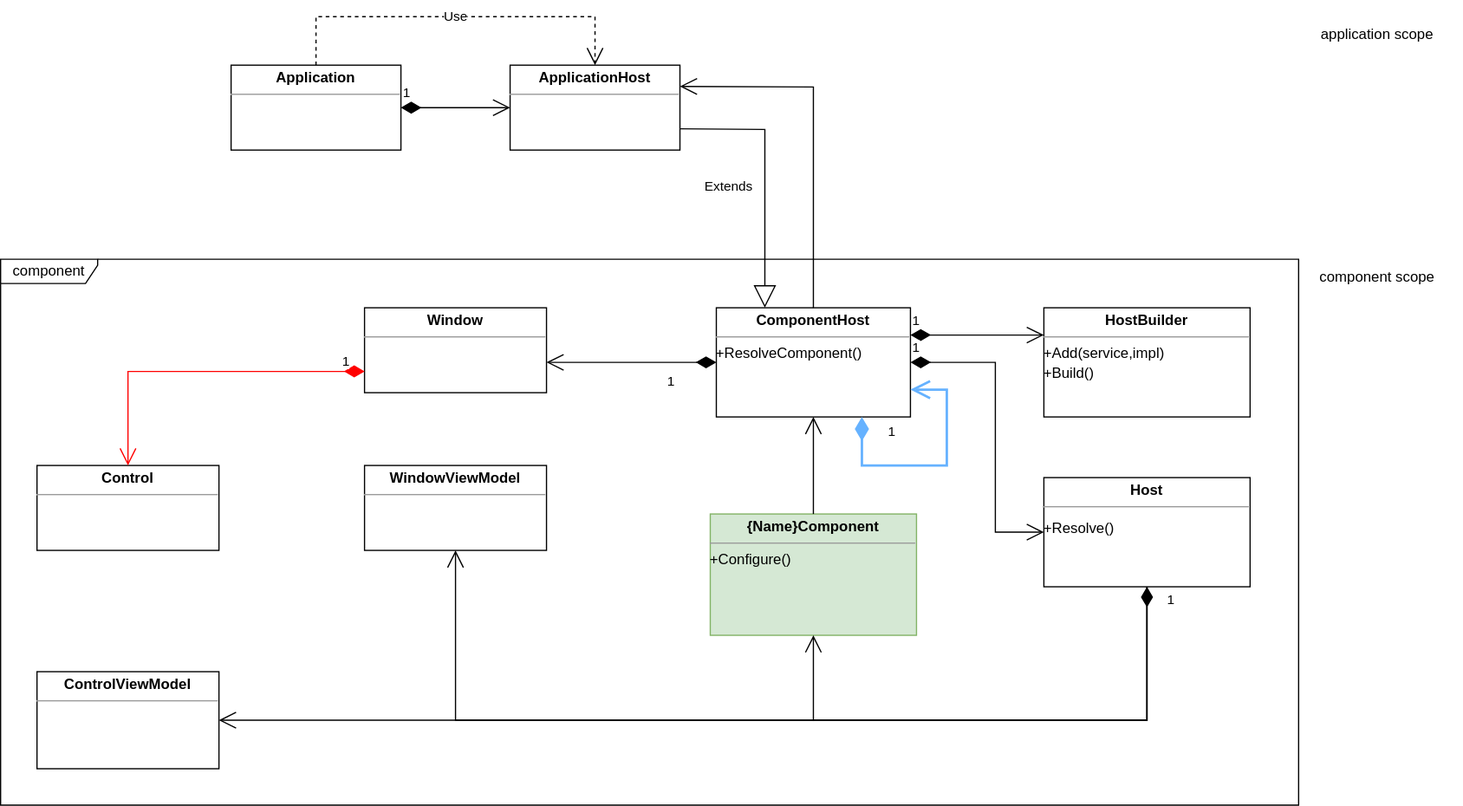
The draw.io diagram WPFUtilities/Doc/dependency-injection.svg in franck-gaspoz/WPFUtilities, before a commit. Source tidied: cells renumbered, new cells last; positions are measured from the earlier drawing's top-left corner, leaving out a move shared by most shapes.
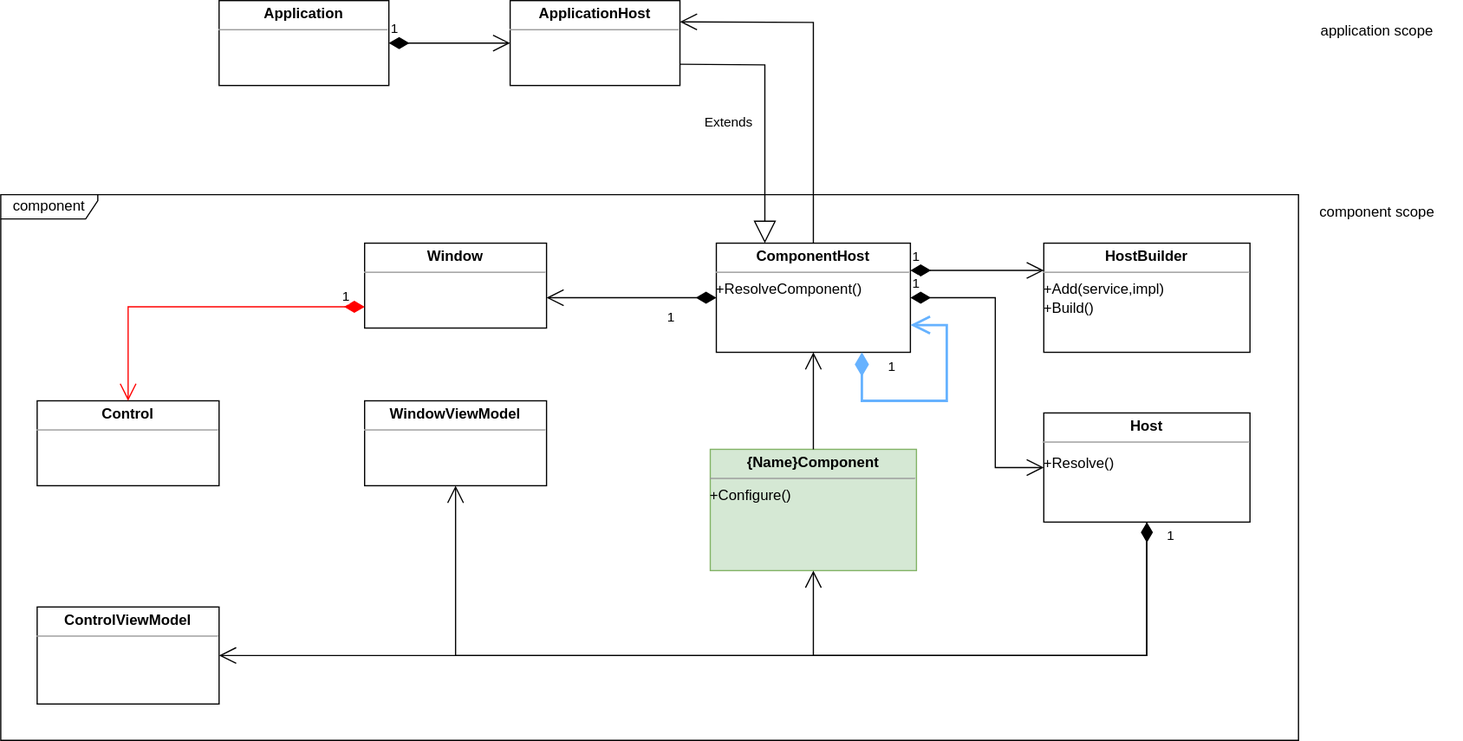
The same file after the commit.

What changed in the source:
```diff
@@ -14,16 +14,8 @@
     <mxCell id="5" value="&lt;p style=&quot;margin: 0px ; margin-top: 4px ; text-align: center&quot;&gt;&lt;b&gt;Window&lt;/b&gt;&lt;/p&gt;&lt;hr size=&quot;1&quot;&gt;&lt;div style=&quot;height: 2px&quot;&gt;&lt;/div&gt;" style="verticalAlign=top;align=left;overflow=fill;fontSize=12;fontFamily=Helvetica;html=1;" parent="1" vertex="1">
       <mxGeometry x="300" y="240" width="150" height="70" as="geometry" />
     </mxCell>
-    <mxCell id="6" value="Use" style="endArrow=open;endSize=12;dashed=1;html=1;rounded=0;exitX=0.5;exitY=0;exitDx=0;exitDy=0;entryX=0.5;entryY=0;entryDx=0;entryDy=0;" parent="1" edge="1" source="23" target="3">
-      <mxGeometry relative="1" as="geometry">
-        <Array as="points">
-          <mxPoint x="260" />
-          <mxPoint x="490" />
-        </Array>
-      </mxGeometry>
-    </mxCell>
     <mxCell id="7" value="application scope" style="text;html=1;strokeColor=none;fillColor=none;align=center;verticalAlign=middle;whiteSpace=wrap;rounded=0;" parent="1" vertex="1">
-      <mxGeometry x="1065" width="140" height="30" as="geometry" />
+      <mxGeometry x="1065" y="50" width="140" height="30" as="geometry" />
     </mxCell>
     <mxCell id="8" value="&lt;p style=&quot;margin: 0px ; margin-top: 4px ; text-align: center&quot;&gt;&lt;b&gt;ComponentHost&lt;/b&gt;&lt;/p&gt;&lt;hr size=&quot;1&quot;&gt;&lt;div style=&quot;height: 2px&quot;&gt;+ResolveComponent()&lt;/div&gt;" style="verticalAlign=top;align=left;overflow=fill;fontSize=12;fontFamily=Helvetica;html=1;" parent="1" vertex="1">
       <mxGeometry x="590" y="240" width="160" height="90" as="geometry" />
@@ -100,7 +92,7 @@
       <mxGeometry x="860" y="240" width="170" height="90" as="geometry" />
     </mxCell>
     <mxCell id="23" value="&lt;p style=&quot;margin: 0px ; margin-top: 4px ; text-align: center&quot;&gt;&lt;b&gt;Application&lt;/b&gt;&lt;/p&gt;&lt;hr size=&quot;1&quot;&gt;&lt;div style=&quot;height: 2px&quot;&gt;&lt;/div&gt;" style="verticalAlign=top;align=left;overflow=fill;fontSize=12;fontFamily=Helvetica;html=1;" parent="1" vertex="1">
-      <mxGeometry x="190" y="40" width="140" height="70" as="geometry" />
+      <mxGeometry x="180" y="40" width="140" height="70" as="geometry" />
     </mxCell>
     <mxCell id="24" value="1" style="endArrow=open;html=1;endSize=12;startArrow=diamondThin;startSize=14;startFill=1;edgeStyle=orthogonalEdgeStyle;align=left;verticalAlign=bottom;rounded=0;strokeColor=#000000;exitX=1;exitY=0.25;exitDx=0;exitDy=0;entryX=0;entryY=0.25;entryDx=0;entryDy=0;" parent="1" edge="1" source="8" target="22">
       <mxGeometry x="-1" y="3" relative="1" as="geometry" />
```
